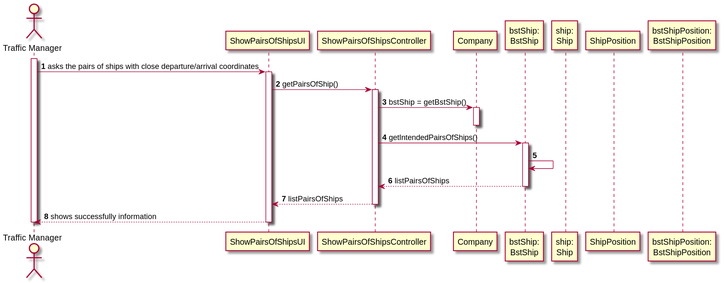
Before: docs/US107/US107_SD.svg, a diagram exported from PlantUML (ana-albergaria/LAPR3-ISEP).
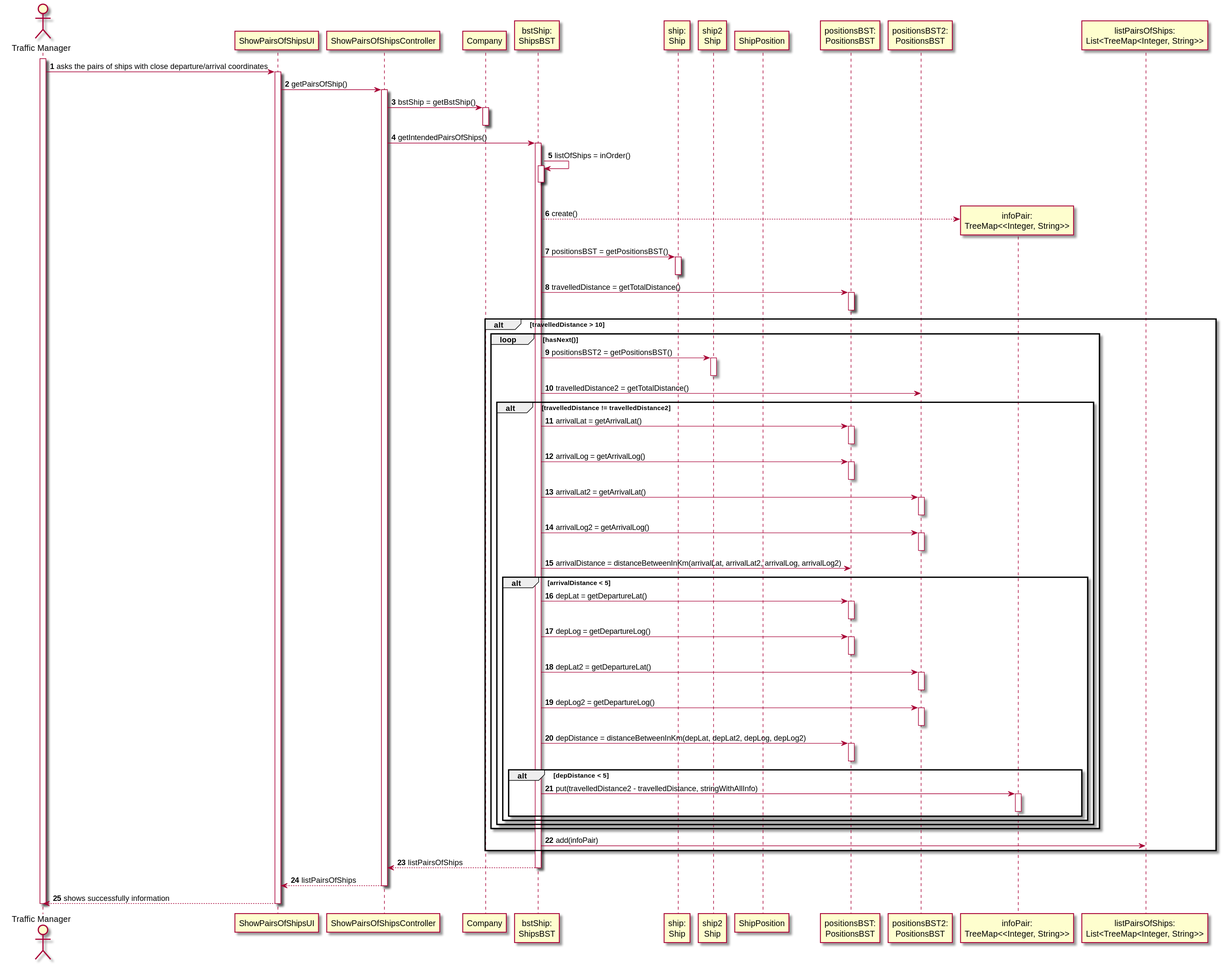
After the change.

Commit message:
G54-7 #comment Return pairs of Ships[Design]

What changed in the source:
```diff
@@ -7,10 +7,14 @@
 participant "ShowPairsOfShipsUI" as UI
 participant "ShowPairsOfShipsController" as CTRL
 participant "Company" as COMP
-participant "bstShip:\nBstShip" as BstShip
+participant "bstShip:\nShipsBST" as BstShip
 participant "ship:\nShip" as S
+participant "ship2\nShip" as S2
 participant "ShipPosition" as SP
-participant "bstShipPosition:\nBstShipPosition" as BstPosition
+participant "positionsBST:\nPositionsBST" as BstPosition
+participant "positionsBST2:\nPositionsBST" as BstPosition2
+participant "infoPair:\nTreeMap<<Integer, String>>" as TREEMAP
+participant "listPairsOfShips:\nList<TreeMap<Integer, String>>" as LIST
 
 
 activate TM
@@ -23,7 +27,64 @@
 deactivate COMP
 CTRL -> BstShip : getIntendedPairsOfShips()
 activate BstShip
-BstShip -> BstShip :
+BstShip -> BstShip : listOfShips = inOrder()
+activate BstShip
+deactivate BstShip
+loop for each Ship in ListOfShips
+BstShip --> TREEMAP** : create()
+BstShip -> S : positionsBST = getPositionsBST()
+activate S
+deactivate S
+BstShip -> BstPosition : travelledDistance = getTotalDistance()
+activate BstPosition
+deactivate BstPosition
+alt travelledDistance > 10
+loop hasNext()
+BstShip -> S2 : positionsBST2 = getPositionsBST()
+activate S2
+deactivate S2
+BstShip -> BstPosition2 : travelledDistance2 = getTotalDistance()
+alt travelledDistance != travelledDistance2
+BstShip -> BstPosition : arrivalLat = getArrivalLat()
+activate BstPosition
+deactivate BstPosition
+BstShip -> BstPosition : arrivalLog = getArrivalLog()
+activate BstPosition
+deactivate BstPosition
+BstShip -> BstPosition2 : arrivalLat2 = getArrivalLat()
+activate BstPosition2
+deactivate BstPosition2
+BstShip -> BstPosition2 : arrivalLog2 = getArrivalLog()
+activate BstPosition2
+deactivate BstPosition2
+BstShip -> BstPosition : arrivalDistance = distanceBetweenInKm(arrivalLat, arrivalLat2, arrivalLog, arrivalLog2)
+alt arrivalDistance < 5
+BstShip -> BstPosition : depLat = getDepartureLat()
+activate BstPosition
+deactivate BstPosition
+BstShip -> BstPosition : depLog = getDepartureLog()
+activate BstPosition
+deactivate BstPosition
+BstShip -> BstPosition2 : depLat2 = getDepartureLat()
+activate BstPosition2
+deactivate BstPosition2
+BstShip -> BstPosition2 : depLog2 = getDepartureLog()
+activate BstPosition2
+deactivate BstPosition2
+BstShip -> BstPosition : depDistance = distanceBetweenInKm(depLat, depLat2, depLog, depLog2)
+activate BstPosition
+deactivate BstPosition
+alt depDistance < 5
+BstShip -> TREEMAP : put(travelledDistance2 - travelledDistance, stringWithAllInfo)
+activate TREEMAP
+deactivate TREEMAP
+end
+end
+end
+end
+BstShip -> LIST : add(infoPair)
+end
+
 BstShip --> CTRL : listPairsOfShips
 deactivate BstShip
 CTRL --> UI : listPairsOfShips
```
